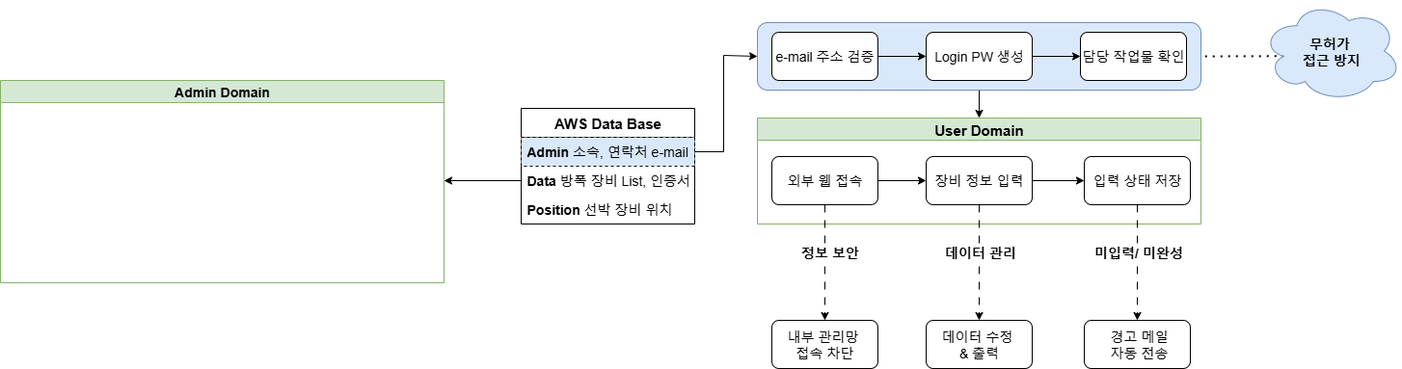
Earlier version of the draw.io export workflow/1013.drawio.png (HD-Jinyeong/my_flask_app). Source tidied: cells renumbered, new cells last; positions are measured from the earlier drawing's top-left corner, leaving out a move shared by most shapes.
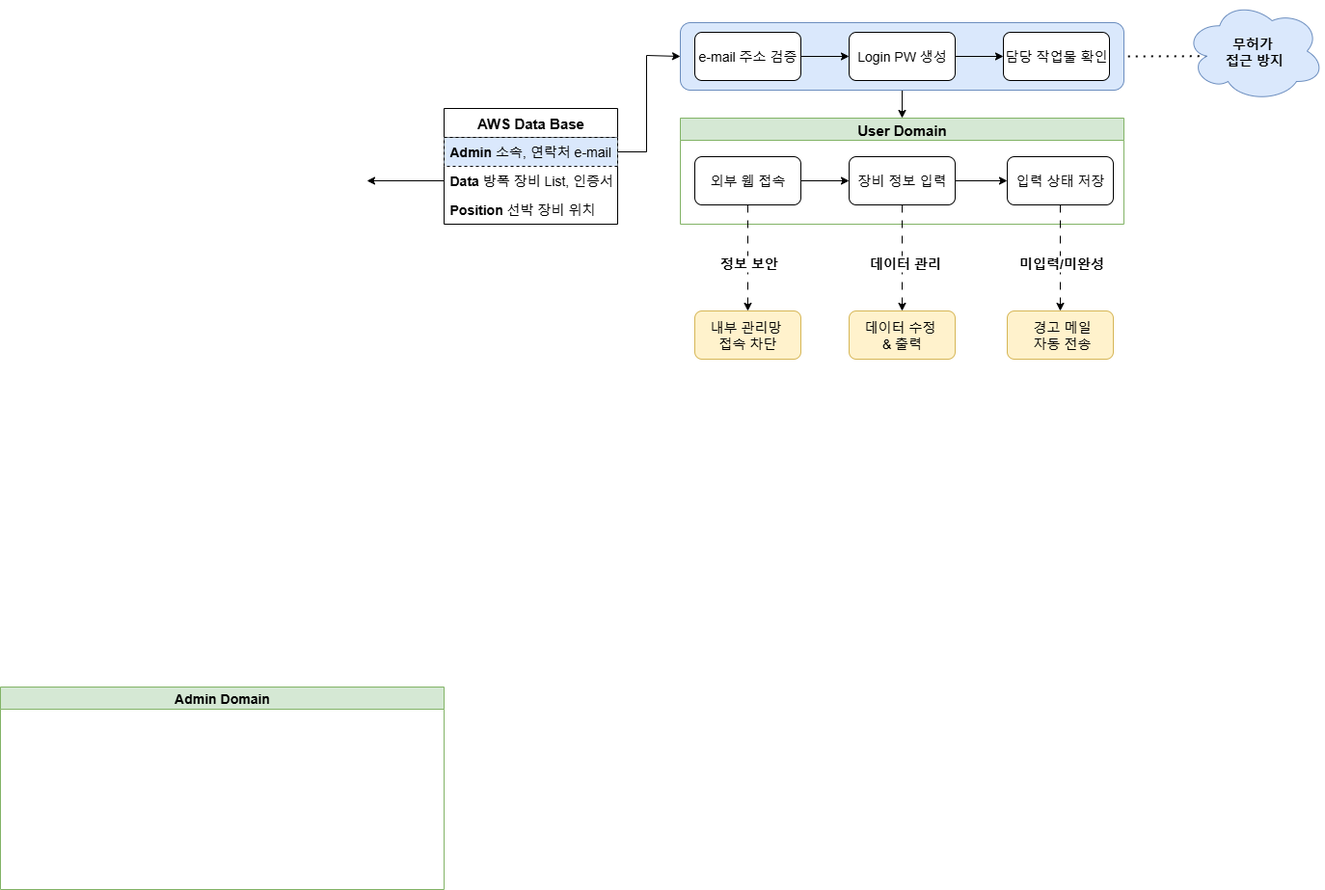
After the commit.

Diff of the diagram source:
```diff
@@ -57,9 +57,9 @@
     <mxCell id="17" style="rounded=0;jettySize=auto;html=1;entryX=0.5;entryY=0;entryDx=0;entryDy=0;exitX=0.5;exitY=1;exitDx=0;exitDy=0;dashed=1;dashPattern=8 8;" parent="1" edge="1" source="11" target="32">
       <mxGeometry relative="1" as="geometry" />
     </mxCell>
-    <mxCell id="18" value="&lt;b&gt;&lt;font style=&quot;font-size: 14px;&quot;&gt;데이터 관리&lt;/font&gt;&lt;/b&gt;" style="edgeLabel;html=1;align=center;verticalAlign=middle;" parent="17" vertex="1">
+    <mxCell id="18" value="&lt;b&gt;&lt;font style=&quot;font-size: 14px;&quot;&gt;데이터 관리&lt;/font&gt;&lt;/b&gt;" style="edgeLabel;html=1;align=center;verticalAlign=middle;labelBackgroundColor=light-dark(#ffffff, #323200);" parent="17" vertex="1">
       <mxGeometry x="0.1" y="1" relative="1" as="geometry">
-        <mxPoint x="-1" y="-17" as="offset" />
+        <mxPoint x="1" as="offset" />
       </mxGeometry>
     </mxCell>
     <mxCell id="19" style="rounded=1;whiteSpace=wrap;html=1;fillColor=#dae8fc;strokeColor=#6c8ebf;" parent="1" vertex="1">
@@ -81,34 +81,34 @@
       <mxGeometry relative="1" as="geometry" />
     </mxCell>
     <mxCell id="25" value="&lt;font style=&quot;font-size: 14px;&quot;&gt;Admin Domain&lt;/font&gt;" style="swimlane;whiteSpace=wrap;html=1;fillColor=#d5e8d4;strokeColor=#82b366;" parent="1" vertex="1">
-      <mxGeometry y="83" width="460" height="210" as="geometry" />
+      <mxGeometry x="80" y="712" width="460" height="210" as="geometry" />
     </mxCell>
     <mxCell id="26" style="rounded=0;jettySize=auto;html=1;entryX=0.5;entryY=0;entryDx=0;entryDy=0;exitX=0.5;exitY=1;exitDx=0;exitDy=0;dashed=1;dashPattern=8 8;" parent="1" edge="1" source="15" target="31">
       <mxGeometry relative="1" as="geometry" />
     </mxCell>
-    <mxCell id="27" value="&lt;b&gt;&lt;font style=&quot;font-size: 14px;&quot;&gt;정보 보안&lt;/font&gt;&lt;/b&gt;" style="edgeLabel;html=1;align=center;verticalAlign=middle;" parent="26" vertex="1">
+    <mxCell id="27" value="&lt;b&gt;&lt;font style=&quot;font-size: 14px;&quot;&gt;정보 보안&lt;/font&gt;&lt;/b&gt;" style="edgeLabel;html=1;align=center;verticalAlign=middle;labelBackgroundColor=light-dark(#ffffff, #323200);" parent="26" vertex="1">
       <mxGeometry x="0.1" y="1" relative="1" as="geometry">
-        <mxPoint x="3" y="-17" as="offset" />
+        <mxPoint x="-1" as="offset" />
       </mxGeometry>
     </mxCell>
     <mxCell id="28" style="rounded=0;jettySize=auto;html=1;exitX=0.5;exitY=1;exitDx=0;exitDy=0;entryX=0.5;entryY=0;entryDx=0;entryDy=0;dashed=1;dashPattern=8 8;" parent="1" edge="1" source="12" target="33">
       <mxGeometry relative="1" as="geometry" />
     </mxCell>
-    <mxCell id="29" value="&lt;b&gt;&lt;font style=&quot;font-size: 14px;&quot;&gt;미입력/ 미완성&lt;/font&gt;&lt;/b&gt;" style="edgeLabel;html=1;align=center;verticalAlign=middle;" parent="28" vertex="1">
+    <mxCell id="29" value="&lt;b&gt;&lt;font style=&quot;font-size: 14px;&quot;&gt;미입력/미완성&lt;/font&gt;&lt;/b&gt;" style="edgeLabel;html=1;align=center;verticalAlign=middle;labelBackgroundColor=light-dark(#ffffff, #323200);" parent="28" vertex="1">
       <mxGeometry x="0.12" y="1" relative="1" as="geometry">
-        <mxPoint x="-1" y="-18" as="offset" />
+        <mxPoint x="-1" y="-1" as="offset" />
       </mxGeometry>
     </mxCell>
     <mxCell id="30" style="group;" parent="1" vertex="1">
-      <mxGeometry x="800" y="332" width="434" height="50" as="geometry" />
+      <mxGeometry x="800" y="322" width="434" height="50" as="geometry" />
     </mxCell>
-    <mxCell id="31" value="&lt;span style=&quot;font-size: 14px;&quot;&gt;내부 관리망&amp;nbsp;&lt;/span&gt;&lt;div&gt;&lt;span style=&quot;font-size: 14px;&quot;&gt;접속 차단&lt;/span&gt;&lt;/div&gt;" style="whiteSpace=wrap;html=1;rounded=1;" parent="30" vertex="1">
+    <mxCell id="31" value="&lt;span style=&quot;font-size: 14px;&quot;&gt;내부 관리망&amp;nbsp;&lt;/span&gt;&lt;div&gt;&lt;span style=&quot;font-size: 14px;&quot;&gt;접속 차단&lt;/span&gt;&lt;/div&gt;" style="whiteSpace=wrap;html=1;rounded=1;fillColor=#fff2cc;strokeColor=#d6b656;" parent="30" vertex="1">
       <mxGeometry width="110" height="50" as="geometry" />
     </mxCell>
-    <mxCell id="32" value="&lt;font style=&quot;font-size: 14px;&quot;&gt;데이터 수정&amp;nbsp;&lt;/font&gt;&lt;div&gt;&lt;font style=&quot;font-size: 14px;&quot;&gt;&amp;amp; 출력&lt;/font&gt;&lt;/div&gt;" style="whiteSpace=wrap;html=1;rounded=1;" parent="30" vertex="1">
+    <mxCell id="32" value="&lt;font style=&quot;font-size: 14px;&quot;&gt;데이터 수정&amp;nbsp;&lt;/font&gt;&lt;div&gt;&lt;font style=&quot;font-size: 14px;&quot;&gt;&amp;amp; 출력&lt;/font&gt;&lt;/div&gt;" style="whiteSpace=wrap;html=1;rounded=1;fillColor=#fff2cc;strokeColor=#d6b656;" parent="30" vertex="1">
       <mxGeometry x="160" width="110" height="50" as="geometry" />
     </mxCell>
-    <mxCell id="33" value="&lt;font style=&quot;font-size: 14px;&quot;&gt;&amp;nbsp;경고 메일&lt;/font&gt;&lt;div&gt;&lt;font style=&quot;font-size: 14px;&quot;&gt;&amp;nbsp;자동 전송&lt;/font&gt;&lt;/div&gt;" style="whiteSpace=wrap;html=1;rounded=1;" parent="30" vertex="1">
+    <mxCell id="33" value="&lt;font style=&quot;font-size: 14px;&quot;&gt;&amp;nbsp;경고 메일&lt;/font&gt;&lt;div&gt;&lt;font style=&quot;font-size: 14px;&quot;&gt;&amp;nbsp;자동 전송&lt;/font&gt;&lt;/div&gt;" style="whiteSpace=wrap;html=1;rounded=1;fillColor=#fff2cc;strokeColor=#d6b656;" parent="30" vertex="1">
       <mxGeometry x="324" width="110" height="50" as="geometry" />
     </mxCell>
   </root>
```
